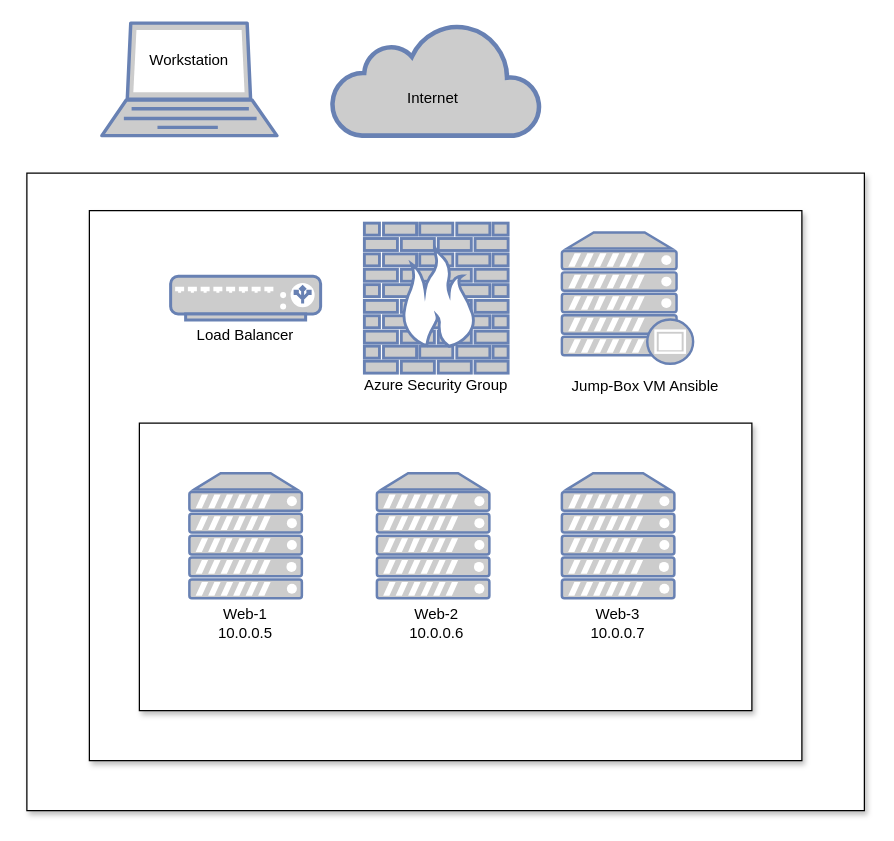
cameo88/CyberSecurity keeps this draw.io diagram as Azure_Cloud_Network.drawio. Above is the earlier version. Source tidied: cells renumbered, new cells numbered last; positions are measured from the earlier drawing's top-left corner, leaving out a move shared by most shapes. Both pictures are drawn from the tidied source at 125%, with x=0, y=0 at pixel (26, 22).
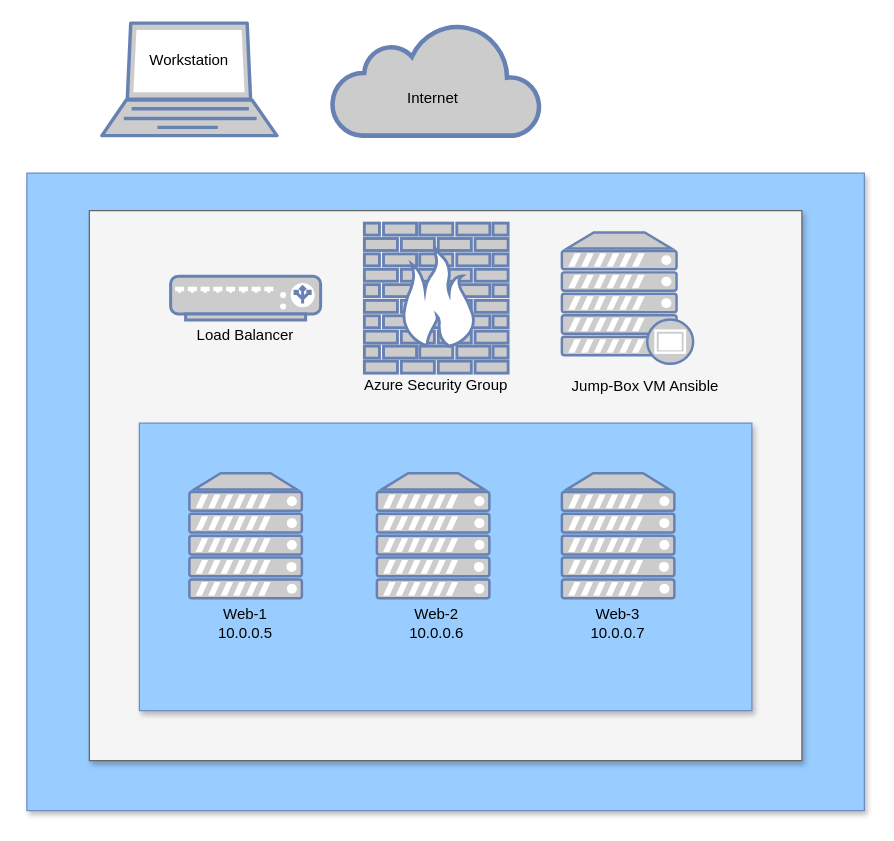
The same diagram, later.

What changed in the source:
```diff
@@
-    <mxCell id="4" style="whiteSpace=wrap;html=1;shadow=1;" parent="1" vertex="1">
+    <mxCell id="4" style="whiteSpace=wrap;html=1;shadow=1;strokeColor=#6c8ebf;fillColor=#99CCFF;" parent="1" vertex="1">
       <mxGeometry y="120" width="670" height="510" as="geometry" />
     </mxCell>
-    <mxCell id="5" style="whiteSpace=wrap;html=1;shadow=1;strokeColor=#000000;" parent="1" vertex="1">
+    <mxCell id="5" style="whiteSpace=wrap;html=1;shadow=1;strokeColor=#666666;fillColor=#f5f5f5;fontColor=#333333;" parent="1" vertex="1">
       <mxGeometry x="50" y="150" width="570" height="440" as="geometry" />
     </mxCell>
-    <mxCell id="6" style="whiteSpace=wrap;html=1;shadow=1;strokeColor=#000000;" parent="1" vertex="1">
+    <mxCell id="6" style="whiteSpace=wrap;html=1;shadow=1;strokeColor=#6c8ebf;fillColor=#99CCFF;" parent="1" vertex="1">
       <mxGeometry x="90" y="320" width="490" height="230" as="geometry" />
     </mxCell>
```
